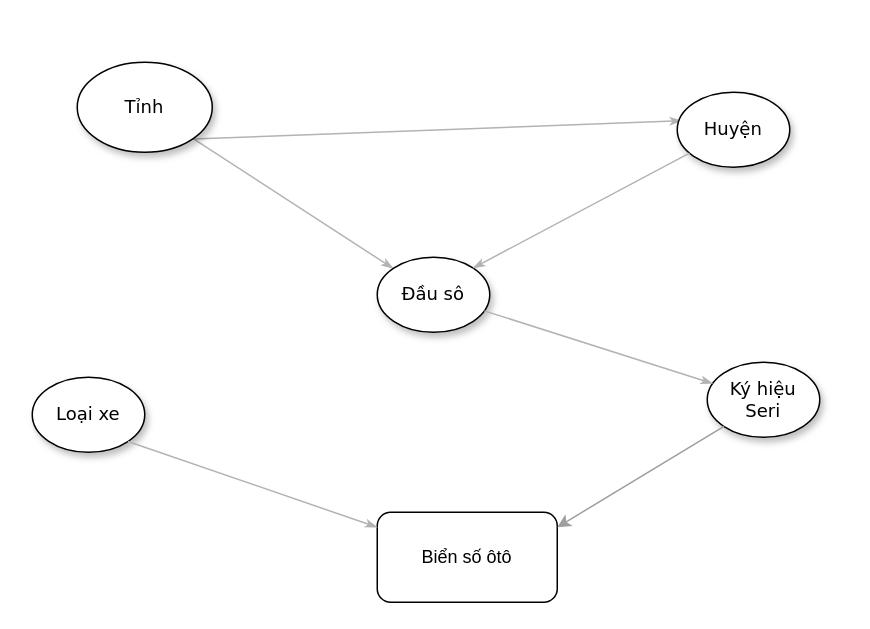
Before: bien_so.drawio in phanvancan/nextjs, a draw.io diagram. Source tidied: cells renumbered, new cells numbered last; positions are measured from the earlier drawing's top-left corner, leaving out a move shared by most shapes. Both pictures are drawn from the tidied source at 150%, with x=0, y=0 at pixel (32, 62).
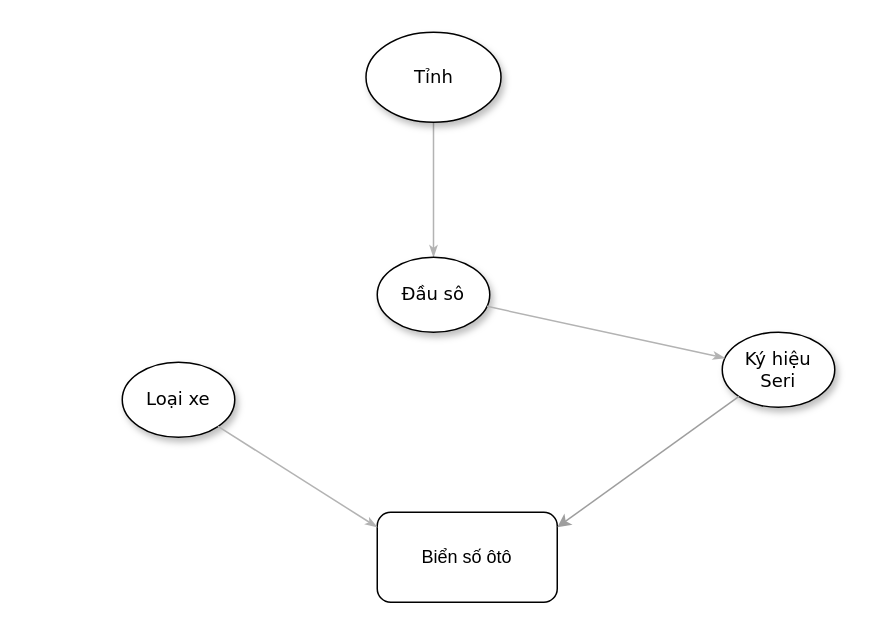
The same page after the edit.

Commit message:
Cập nhật bien_so.drawio

Diff of the diagram source:
```diff
@@
 <mxGraphModel>
   <root>
     <mxCell id="0" />
     <mxCell id="1" parent="0" />
     <mxCell id="2" style="edgeStyle=none;rounded=1;html=1;labelBackgroundColor=none;startArrow=none;startFill=0;startSize=5;endArrow=classicThin;endFill=1;endSize=5;jettySize=auto;strokeColor=#B3B3B3;strokeWidth=1;fontFamily=Verdana;fontSize=12;" parent="1" edge="1" source="4" target="5">
       <mxGeometry relative="1" as="geometry" />
     </mxCell>
-    <mxCell id="3" style="edgeStyle=none;rounded=1;html=1;labelBackgroundColor=none;startArrow=none;startFill=0;startSize=5;endArrow=classicThin;endFill=1;endSize=5;jettySize=auto;strokeColor=#B3B3B3;strokeWidth=1;fontFamily=Verdana;fontSize=12;exitX=1;exitY=1;exitDx=0;exitDy=0;entryX=0.04;entryY=0.38;entryDx=0;entryDy=0;entryPerimeter=0;" parent="1" edge="1" source="4" target="7">
-      <mxGeometry relative="1" as="geometry" />
-    </mxCell>
     <mxCell id="4" value="Tỉnh" style="ellipse;whiteSpace=wrap;html=1;rounded=0;shadow=1;comic=0;labelBackgroundColor=none;strokeWidth=1;fontFamily=Verdana;fontSize=12;align=center;" parent="1" vertex="1">
-      <mxGeometry x="30" width="90" height="60" as="geometry" />
+      <mxGeometry x="222.5" y="-20" width="90" height="60" as="geometry" />
     </mxCell>
     <mxCell id="5" value="Đầu sô" style="ellipse;whiteSpace=wrap;html=1;rounded=0;shadow=1;comic=0;labelBackgroundColor=none;strokeWidth=1;fontFamily=Verdana;fontSize=12;align=center;" parent="1" vertex="1">
       <mxGeometry x="230" y="130" width="75" height="50" as="geometry" />
     </mxCell>
     <mxCell id="6" value="&lt;span&gt;Ký hiệu&lt;br&gt;Seri&lt;br&gt;&lt;/span&gt;" style="ellipse;whiteSpace=wrap;html=1;rounded=0;shadow=1;comic=0;labelBackgroundColor=none;strokeWidth=1;fontFamily=Verdana;fontSize=12;align=center;" parent="1" vertex="1">
-      <mxGeometry x="450" y="200" width="75" height="50" as="geometry" />
+      <mxGeometry x="460" y="180" width="75" height="50" as="geometry" />
     </mxCell>
-    <mxCell id="7" value="Huyện" style="ellipse;whiteSpace=wrap;html=1;rounded=0;shadow=1;comic=0;labelBackgroundColor=none;strokeWidth=1;fontFamily=Verdana;fontSize=12;align=center;" parent="1" vertex="1">
-      <mxGeometry x="430" y="20" width="75" height="50" as="geometry" />
-    </mxCell>
     <mxCell id="8" value="Loại xe" style="ellipse;whiteSpace=wrap;html=1;rounded=0;shadow=1;comic=0;labelBackgroundColor=none;strokeWidth=1;fontFamily=Verdana;fontSize=12;align=center;" parent="1" vertex="1">
-      <mxGeometry y="210" width="75" height="50" as="geometry" />
+      <mxGeometry x="60" y="200" width="75" height="50" as="geometry" />
     </mxCell>
-    <mxCell id="9" style="edgeStyle=none;rounded=1;html=1;labelBackgroundColor=none;startArrow=none;startFill=0;startSize=5;endArrow=classicThin;endFill=1;endSize=5;jettySize=auto;strokeColor=#B3B3B3;strokeWidth=1;fontFamily=Verdana;fontSize=12;entryX=1;entryY=0;entryDx=0;entryDy=0;" parent="1" edge="1" source="7" target="5">
-      <mxGeometry relative="1" as="geometry" />
-    </mxCell>
     <mxCell id="10" value="Biển số ôtô" style="rounded=1;whiteSpace=wrap;html=1;" parent="1" vertex="1">
       <mxGeometry x="230" y="300" width="120" height="60" as="geometry" />
     </mxCell>
     <mxCell id="11" style="edgeStyle=none;rounded=1;html=1;labelBackgroundColor=none;startArrow=none;startFill=0;startSize=5;endArrow=classicThin;endFill=1;endSize=5;jettySize=auto;strokeColor=#B3B3B3;strokeWidth=1;fontFamily=Verdana;fontSize=12;exitX=1;exitY=1;exitDx=0;exitDy=0;" parent="1" edge="1" source="8">
       <mxGeometry relative="1" as="geometry">
         <mxPoint x="230" y="310" as="targetPoint" />
       </mxGeometry>
     </mxCell>
     <mxCell id="12" style="edgeStyle=none;rounded=1;html=1;labelBackgroundColor=none;startArrow=none;startFill=0;startSize=5;endArrow=classicThin;endFill=1;endSize=5;jettySize=auto;strokeColor=#B3B3B3;strokeWidth=1;fontFamily=Verdana;fontSize=12;" parent="1" edge="1" source="5" target="6">
       <mxGeometry relative="1" as="geometry" />
     </mxCell>
     <mxCell id="13" style="endArrow=classic;html=1;rounded=1;exitX=0;exitY=1;exitDx=0;exitDy=0;strokeColor=#9E9E9E;" parent="1" edge="1" source="6">
       <mxGeometry relative="1" as="geometry">
         <mxPoint x="350" y="310" as="targetPoint" />
       </mxGeometry>
     </mxCell>
   </root>
 </mxGraphModel>
```
